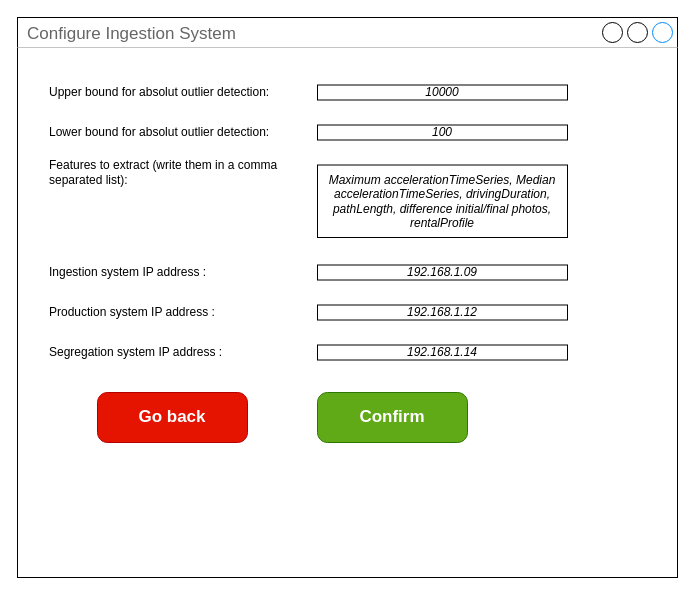
Earlier version of the draw.io diagram production_system(JACO).drawio (BaffoBello14/AutomaticDamagesRecognition). Source tidied: cells renumbered, new cells numbered last; positions are measured from the earlier drawing's top-left corner, leaving out a move shared by most shapes. Both pictures are drawn from the tidied source at 100%, with x=0, y=0 at pixel (17, 17).
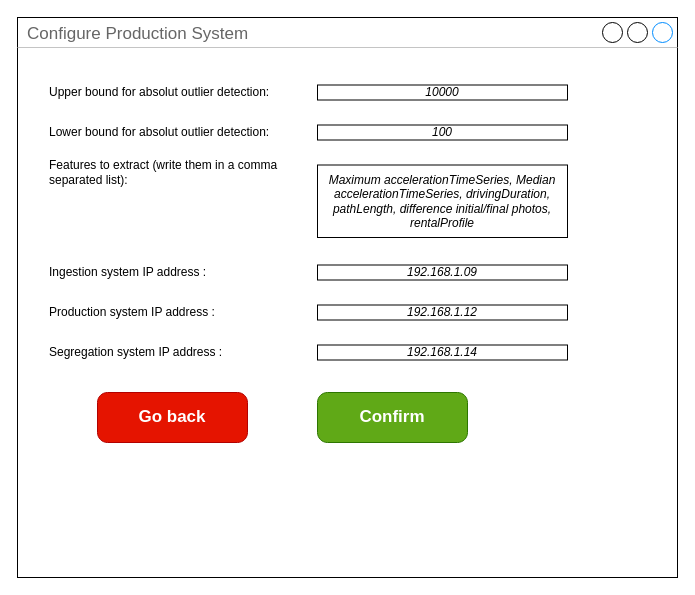
The same page after the edit.

What changed in the source:
```diff
@@
 <mxGraphModel>
   <root>
     <mxCell id="0" />
     <mxCell id="1" parent="0" />
-    <mxCell id="2" value="Configure Ingestion System" style="strokeWidth=1;shadow=0;dashed=0;align=center;html=1;shape=mxgraph.mockup.containers.window;align=left;verticalAlign=top;spacingLeft=8;strokeColor2=#008cff;strokeColor3=#c4c4c4;fontColor=#666666;mainText=;fontSize=17;labelBackgroundColor=none;whiteSpace=wrap;" parent="1" vertex="1">
+    <mxCell id="2" value="Configure Production System" style="strokeWidth=1;shadow=0;dashed=0;align=center;html=1;shape=mxgraph.mockup.containers.window;align=left;verticalAlign=top;spacingLeft=8;strokeColor2=#008cff;strokeColor3=#c4c4c4;fontColor=#666666;mainText=;fontSize=17;labelBackgroundColor=none;whiteSpace=wrap;" parent="1" vertex="1">
       <mxGeometry width="660" height="560" as="geometry" />
     </mxCell>
     <mxCell id="3" value="Confirm" style="strokeWidth=1;shadow=0;dashed=0;align=center;html=1;shape=mxgraph.mockup.buttons.button;strokeColor=#2D7600;fontColor=#ffffff;mainText=;buttonStyle=round;fontSize=17;fontStyle=1;fillColor=#60a917;whiteSpace=wrap;" parent="1" vertex="1">
       <mxGeometry x="300" y="375" width="150" height="50" as="geometry" />
     </mxCell>
     <mxCell id="4" value="Go back" style="strokeWidth=1;shadow=0;dashed=0;align=center;html=1;shape=mxgraph.mockup.buttons.button;strokeColor=#B20000;mainText=;buttonStyle=round;fontSize=17;fontStyle=1;fillColor=#e51400;whiteSpace=wrap;fontColor=#ffffff;" parent="1" vertex="1">
       <mxGeometry x="80" y="375" width="150" height="50" as="geometry" />
     </mxCell>
     <mxCell id="5" value="Upper bound for absolut outlier detection:" style="text;html=1;strokeColor=none;fillColor=none;align=left;verticalAlign=middle;whiteSpace=wrap;rounded=0;" parent="1" vertex="1">
       <mxGeometry x="30" y="60" width="240" height="30" as="geometry" />
     </mxCell>
     <mxCell id="6" value="&lt;i&gt;&lt;font&gt;10000&lt;/font&gt;&lt;/i&gt;" style="rounded=0;whiteSpace=wrap;html=1;fontColor=#000000;" parent="1" vertex="1">
       <mxGeometry x="300" y="67.5" width="250" height="15" as="geometry" />
     </mxCell>
     <mxCell id="7" value="Lower bound for absolut outlier detection:" style="text;html=1;strokeColor=none;fillColor=none;align=left;verticalAlign=middle;whiteSpace=wrap;rounded=0;" parent="1" vertex="1">
       <mxGeometry x="30" y="100" width="230" height="30" as="geometry" />
     </mxCell>
     <mxCell id="8" value="&lt;i&gt;&lt;font&gt;100&lt;/font&gt;&lt;/i&gt;" style="rounded=0;whiteSpace=wrap;html=1;fontColor=#000000;" parent="1" vertex="1">
       <mxGeometry x="300" y="107.5" width="250" height="15" as="geometry" />
     </mxCell>
     <mxCell id="9" value="Features to extract (write them in a comma separated list):" style="text;html=1;strokeColor=none;fillColor=none;align=left;verticalAlign=middle;whiteSpace=wrap;rounded=0;" parent="1" vertex="1">
       <mxGeometry x="30" y="140" width="240" height="30" as="geometry" />
     </mxCell>
     <mxCell id="10" value="&lt;i&gt;Maximum accelerationTimeSeries, Median accelerationTimeSeries, drivingDuration, pathLength, difference initial/final photos, rentalProfile&lt;/i&gt;" style="rounded=0;whiteSpace=wrap;html=1;fontColor=#000000;" parent="1" vertex="1">
       <mxGeometry x="300" y="147.5" width="250" height="72.5" as="geometry" />
     </mxCell>
     <mxCell id="11" value="Ingestion system IP address :" style="text;html=1;strokeColor=none;fillColor=none;align=left;verticalAlign=middle;whiteSpace=wrap;rounded=0;" parent="1" vertex="1">
       <mxGeometry x="30" y="240" width="210" height="30" as="geometry" />
     </mxCell>
     <mxCell id="12" value="&lt;i style=&quot;border-color: var(--border-color);&quot;&gt;&lt;font style=&quot;border-color: var(--border-color);&quot;&gt;192.168.1.09&lt;/font&gt;&lt;/i&gt;" style="rounded=0;whiteSpace=wrap;html=1;fontColor=#000000;" parent="1" vertex="1">
       <mxGeometry x="300" y="247.5" width="250" height="15" as="geometry" />
     </mxCell>
     <mxCell id="13" value="Production system IP address :" style="text;html=1;strokeColor=none;fillColor=none;align=left;verticalAlign=middle;whiteSpace=wrap;rounded=0;" parent="1" vertex="1">
       <mxGeometry x="30" y="280" width="210" height="30" as="geometry" />
     </mxCell>
     <mxCell id="14" value="&lt;i style=&quot;border-color: var(--border-color);&quot;&gt;&lt;font style=&quot;border-color: var(--border-color);&quot;&gt;192.168.1.12&lt;/font&gt;&lt;/i&gt;" style="rounded=0;whiteSpace=wrap;html=1;fontColor=#000000;" parent="1" vertex="1">
       <mxGeometry x="300" y="287.5" width="250" height="15" as="geometry" />
     </mxCell>
     <mxCell id="15" value="Segregation system IP address :" style="text;html=1;strokeColor=none;fillColor=none;align=left;verticalAlign=middle;whiteSpace=wrap;rounded=0;" parent="1" vertex="1">
       <mxGeometry x="30" y="320" width="210" height="30" as="geometry" />
     </mxCell>
     <mxCell id="16" value="&lt;i style=&quot;border-color: var(--border-color);&quot;&gt;&lt;font style=&quot;border-color: var(--border-color);&quot;&gt;192.168.1.14&lt;/font&gt;&lt;/i&gt;" style="rounded=0;whiteSpace=wrap;html=1;fontColor=#000000;" parent="1" vertex="1">
       <mxGeometry x="300" y="327.5" width="250" height="15" as="geometry" />
     </mxCell>
   </root>
 </mxGraphModel>
```
